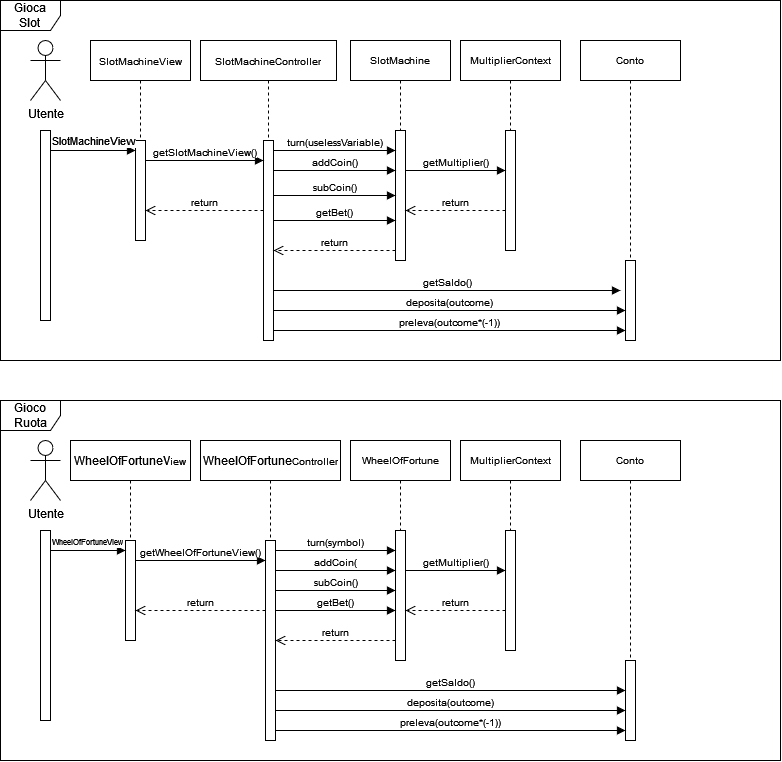
This is Documentazione/Diagramma sequenza UC3.png from IngSW-unipv/Progetto-A23, a draw.io export, as it was before one commit. Source tidied: cells renumbered, new cells last; positions are measured from the earlier drawing's top-left corner, leaving out a move shared by most shapes.
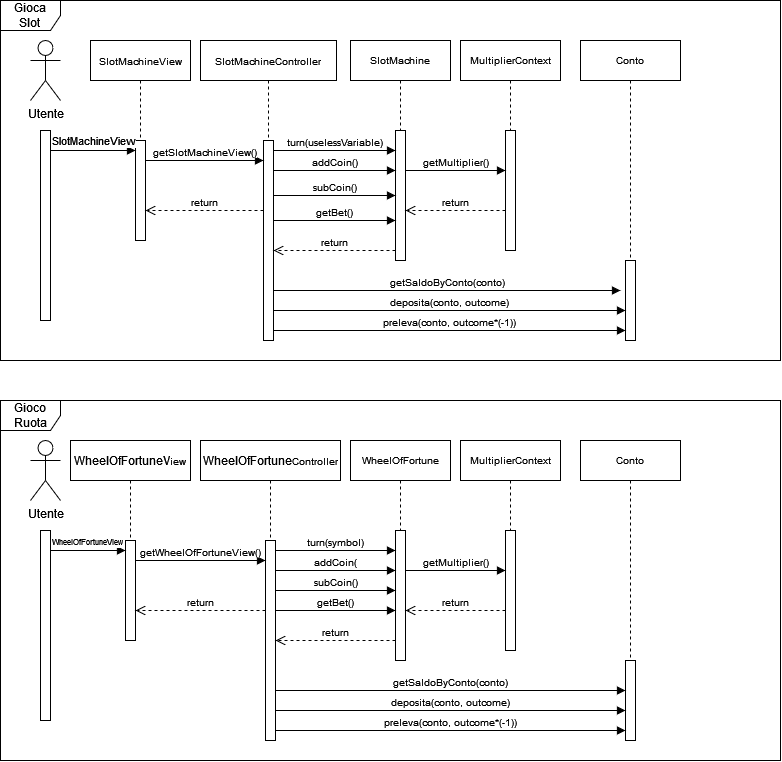
The same file after the commit.

Commit message:
Update Diagramma sequenza UC3

What changed in the source:
```diff
@@ -106,7 +106,7 @@
     <mxCell id="23" style="html=1;points=[];perimeter=orthogonalPerimeter;outlineConnect=0;targetShapes=umlLifeline;portConstraint=eastwest;newEdgeStyle={&quot;edgeStyle&quot;:&quot;elbowEdgeStyle&quot;,&quot;elbow&quot;:&quot;vertical&quot;,&quot;curved&quot;:0,&quot;rounded&quot;:0};fontSize=10;" parent="1" vertex="1">
       <mxGeometry x="625" y="260" width="10" height="80" as="geometry" />
     </mxCell>
-    <mxCell id="24" value="deposita(outcome)" style="html=1;verticalAlign=bottom;startArrow=none;endArrow=block;startSize=8;edgeStyle=elbowEdgeStyle;elbow=vertical;curved=0;rounded=0;strokeColor=default;fontSize=10;startFill=0;" parent="1" edge="1" source="9" target="23">
+    <mxCell id="24" value="deposita(conto, outcome)" style="html=1;verticalAlign=bottom;startArrow=none;endArrow=block;startSize=8;edgeStyle=elbowEdgeStyle;elbow=vertical;curved=0;rounded=0;strokeColor=default;fontSize=10;startFill=0;" parent="1" edge="1" source="9" target="23">
       <mxGeometry relative="1" as="geometry">
         <Array as="points">
           <mxPoint x="460" y="310" />
@@ -114,7 +114,7 @@
         </Array>
       </mxGeometry>
     </mxCell>
-    <mxCell id="25" value="preleva(outcome*(-1))" style="html=1;verticalAlign=bottom;startArrow=none;endArrow=block;startSize=8;edgeStyle=elbowEdgeStyle;elbow=vertical;curved=0;rounded=0;strokeColor=default;fontSize=10;startFill=0;" parent="1" edge="1" source="9" target="23">
+    <mxCell id="25" value="preleva(conto, outcome*(-1))" style="html=1;verticalAlign=bottom;startArrow=none;endArrow=block;startSize=8;edgeStyle=elbowEdgeStyle;elbow=vertical;curved=0;rounded=0;strokeColor=default;fontSize=10;startFill=0;" parent="1" edge="1" source="9" target="23">
       <mxGeometry relative="1" as="geometry">
         <Array as="points">
           <mxPoint x="460" y="330" />
@@ -227,14 +227,14 @@
     <mxCell id="47" style="html=1;points=[];perimeter=orthogonalPerimeter;outlineConnect=0;targetShapes=umlLifeline;portConstraint=eastwest;newEdgeStyle={&quot;edgeStyle&quot;:&quot;elbowEdgeStyle&quot;,&quot;elbow&quot;:&quot;vertical&quot;,&quot;curved&quot;:0,&quot;rounded&quot;:0};fontSize=10;" parent="1" vertex="1">
       <mxGeometry x="625" y="660" width="10" height="80" as="geometry" />
     </mxCell>
-    <mxCell id="48" value="deposita(outcome)" style="html=1;verticalAlign=bottom;startArrow=none;endArrow=block;startSize=8;edgeStyle=elbowEdgeStyle;elbow=vertical;curved=0;rounded=0;strokeColor=default;fontSize=10;startFill=0;" parent="1" edge="1" source="33" target="47">
+    <mxCell id="48" value="deposita(conto, outcome)" style="html=1;verticalAlign=bottom;startArrow=none;endArrow=block;startSize=8;edgeStyle=elbowEdgeStyle;elbow=vertical;curved=0;rounded=0;strokeColor=default;fontSize=10;startFill=0;" parent="1" edge="1" source="33" target="47">
       <mxGeometry relative="1" as="geometry">
         <Array as="points">
           <mxPoint x="480" y="710" />
         </Array>
       </mxGeometry>
     </mxCell>
-    <mxCell id="49" value="preleva(outcome*(-1))" style="html=1;verticalAlign=bottom;startArrow=none;endArrow=block;startSize=8;edgeStyle=elbowEdgeStyle;elbow=vertical;curved=0;rounded=0;strokeColor=default;fontSize=10;startFill=0;" parent="1" edge="1" source="33" target="47">
+    <mxCell id="49" value="preleva(conto, outcome*(-1))" style="html=1;verticalAlign=bottom;startArrow=none;endArrow=block;startSize=8;edgeStyle=elbowEdgeStyle;elbow=vertical;curved=0;rounded=0;strokeColor=default;fontSize=10;startFill=0;" parent="1" edge="1" source="33" target="47">
       <mxGeometry relative="1" as="geometry">
         <Array as="points">
           <mxPoint x="460" y="730" />
@@ -248,7 +248,7 @@
         </Array>
       </mxGeometry>
     </mxCell>
-    <mxCell id="51" value="getSaldo()" style="html=1;verticalAlign=bottom;startArrow=none;endArrow=block;startSize=8;edgeStyle=elbowEdgeStyle;elbow=vertical;curved=0;rounded=0;strokeColor=default;fontSize=10;startFill=0;" parent="1" edge="1" source="33" target="47">
+    <mxCell id="51" value="getSaldoByConto(conto)" style="html=1;verticalAlign=bottom;startArrow=none;endArrow=block;startSize=8;edgeStyle=elbowEdgeStyle;elbow=vertical;curved=0;rounded=0;strokeColor=default;fontSize=10;startFill=0;" parent="1" edge="1" source="33" target="47">
       <mxGeometry relative="1" as="geometry">
         <Array as="points">
           <mxPoint x="450" y="690" />
@@ -263,7 +263,7 @@
         </Array>
       </mxGeometry>
     </mxCell>
-    <mxCell id="53" value="getSaldo()" style="html=1;verticalAlign=bottom;startArrow=none;endArrow=block;startSize=8;edgeStyle=elbowEdgeStyle;elbow=vertical;curved=0;rounded=0;strokeColor=default;fontSize=10;startFill=0;entryX=-0.5;entryY=0.375;entryDx=0;entryDy=0;entryPerimeter=0;" parent="1" edge="1" source="9" target="23">
+    <mxCell id="53" value="getSaldoByConto(conto)" style="html=1;verticalAlign=bottom;startArrow=none;endArrow=block;startSize=8;edgeStyle=elbowEdgeStyle;elbow=vertical;curved=0;rounded=0;strokeColor=default;fontSize=10;startFill=0;entryX=-0.5;entryY=0.375;entryDx=0;entryDy=0;entryPerimeter=0;" parent="1" edge="1" source="9" target="23">
       <mxGeometry relative="1" as="geometry">
         <Array as="points">
           <mxPoint x="460" y="290" />
```
